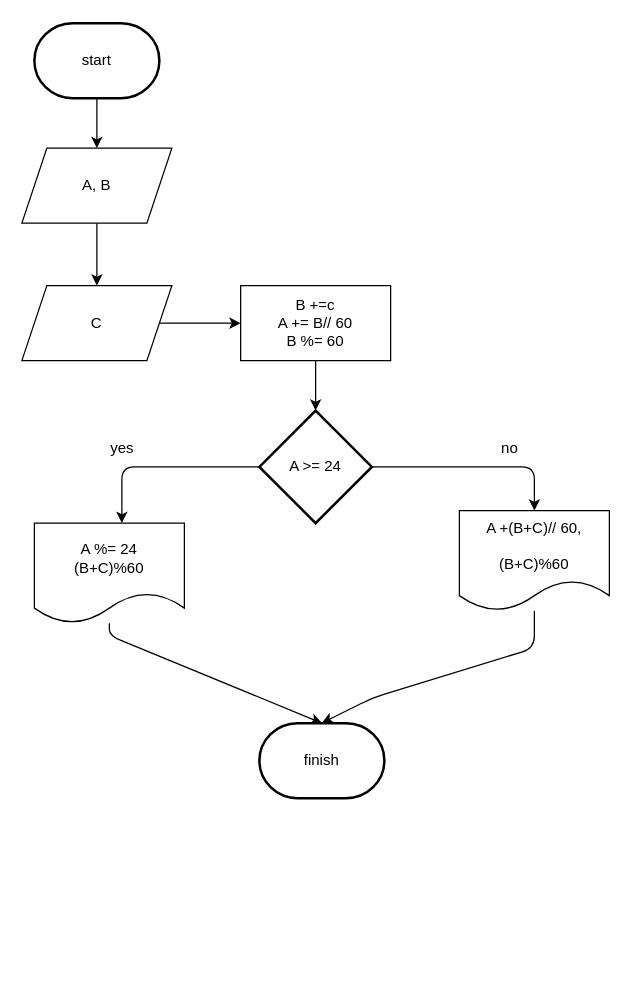
Before: stage/02_conditional/2525.drawio in Gyeongrok-Oh/boj, a draw.io diagram. Source tidied: cells renumbered, new cells numbered last; positions are measured from the earlier drawing's top-left corner, leaving out a move shared by most shapes. Both pictures are drawn from the tidied source at 125%, with x=0, y=0 at pixel (21, 22).
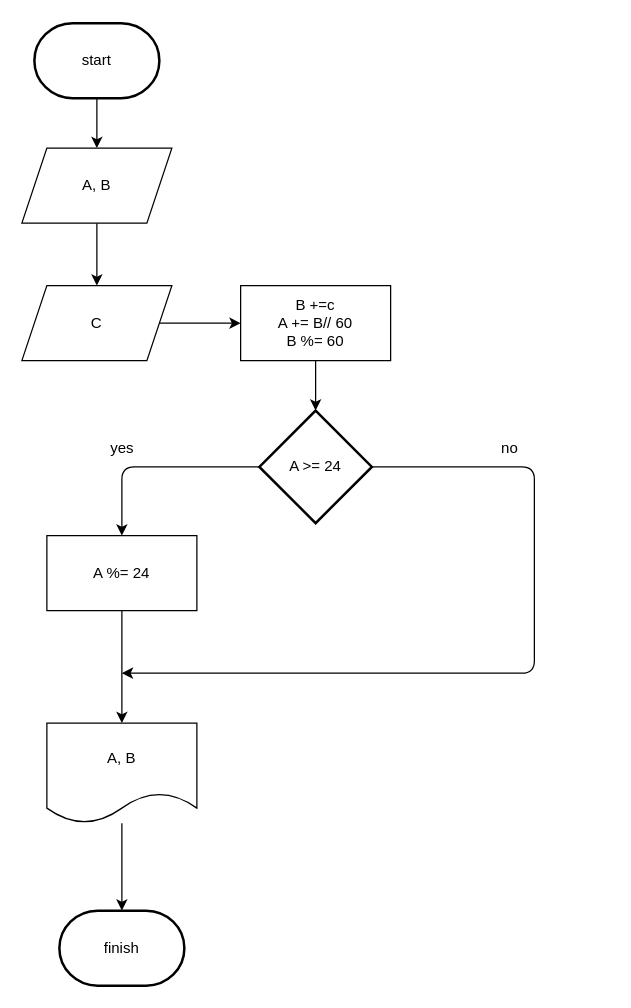
The same diagram, later.

The change refers to these unchanged cells:
```xml
<mxCell id="6" value="A &amp;gt;= 24" style="strokeWidth=2;html=1;shape=mxgraph.flowchart.decision;whiteSpace=wrap;" parent="1" vertex="1">
  <mxGeometry x="190" y="310" width="90" height="90" as="geometry" />
</mxCell>
```

What changed in the source:
```diff
@@
-    <mxCell id="4" style="edgeStyle=none;html=1;" parent="1" edge="1" source="6">
+    <mxCell id="4" style="edgeStyle=none;html=1;entryX=0.5;entryY=0;entryDx=0;entryDy=0;" parent="1" edge="1" source="6" target="21">
       <mxGeometry relative="1" as="geometry">
-        <mxPoint x="80" y="400" as="targetPoint" />
         <Array as="points">
           <mxPoint x="80" y="355" />
         </Array>
       </mxGeometry>
     </mxCell>
     <mxCell id="5" style="edgeStyle=none;html=1;" parent="1" edge="1" source="6">
       <mxGeometry relative="1" as="geometry">
-        <mxPoint x="410" y="390" as="targetPoint" />
+        <mxPoint x="80" y="520" as="targetPoint" />
         <Array as="points">
           <mxPoint x="410" y="355" />
+          <mxPoint x="410" y="520" />
         </Array>
       </mxGeometry>
     </mxCell>
@@
-    <mxCell id="13" style="edgeStyle=none;html=1;entryX=0.5;entryY=0;entryDx=0;entryDy=0;entryPerimeter=0;" parent="1" edge="1" source="14" target="17">
-      <mxGeometry relative="1" as="geometry">
-        <Array as="points">
-          <mxPoint x="70" y="490" />
-        </Array>
-      </mxGeometry>
-    </mxCell>
-    <mxCell id="14" value="A %= 24&lt;br&gt;(B+C)%60" style="shape=document;whiteSpace=wrap;html=1;boundedLbl=1;" parent="1" vertex="1">
-      <mxGeometry x="10" y="400" width="120" height="80" as="geometry" />
-    </mxCell>
-    <mxCell id="15" style="edgeStyle=none;html=1;entryX=0.5;entryY=0;entryDx=0;entryDy=0;entryPerimeter=0;" parent="1" edge="1" source="16" target="17">
-      <mxGeometry relative="1" as="geometry">
-        <Array as="points">
-          <mxPoint x="410" y="500" />
-          <mxPoint x="280" y="540" />
-        </Array>
-      </mxGeometry>
-    </mxCell>
-    <mxCell id="16" value="A +(B+C)// 60,&lt;br&gt;&lt;br&gt;(B+C)%60" style="shape=document;whiteSpace=wrap;html=1;boundedLbl=1;" parent="1" vertex="1">
-      <mxGeometry x="350" y="390" width="120" height="80" as="geometry" />
-    </mxCell>
     <mxCell id="17" value="finish" style="strokeWidth=2;html=1;shape=mxgraph.flowchart.terminator;whiteSpace=wrap;" parent="1" vertex="1">
-      <mxGeometry x="190" y="560" width="100" height="60" as="geometry" />
+      <mxGeometry x="30" y="710" width="100" height="60" as="geometry" />
     </mxCell>
@@
+    <mxCell id="20" style="edgeStyle=orthogonalEdgeStyle;rounded=0;jettySize=auto;html=1;entryX=0.5;entryY=0;entryDx=0;entryDy=0;" parent="1" edge="1" source="21" target="23">
+      <mxGeometry relative="1" as="geometry" />
+    </mxCell>
+    <mxCell id="21" value="&lt;span&gt;A %= 24&lt;/span&gt;" style="rounded=0;whiteSpace=wrap;html=1;" parent="1" vertex="1">
+      <mxGeometry x="20" y="410" width="120" height="60" as="geometry" />
+    </mxCell>
+    <mxCell id="22" style="edgeStyle=orthogonalEdgeStyle;rounded=0;jettySize=auto;html=1;entryX=0.5;entryY=0;entryDx=0;entryDy=0;entryPerimeter=0;" parent="1" edge="1" source="23" target="17">
+      <mxGeometry relative="1" as="geometry" />
+    </mxCell>
+    <mxCell id="23" value="A, B" style="shape=document;whiteSpace=wrap;html=1;boundedLbl=1;" parent="1" vertex="1">
+      <mxGeometry x="20" y="560" width="120" height="80" as="geometry" />
+    </mxCell>
```
